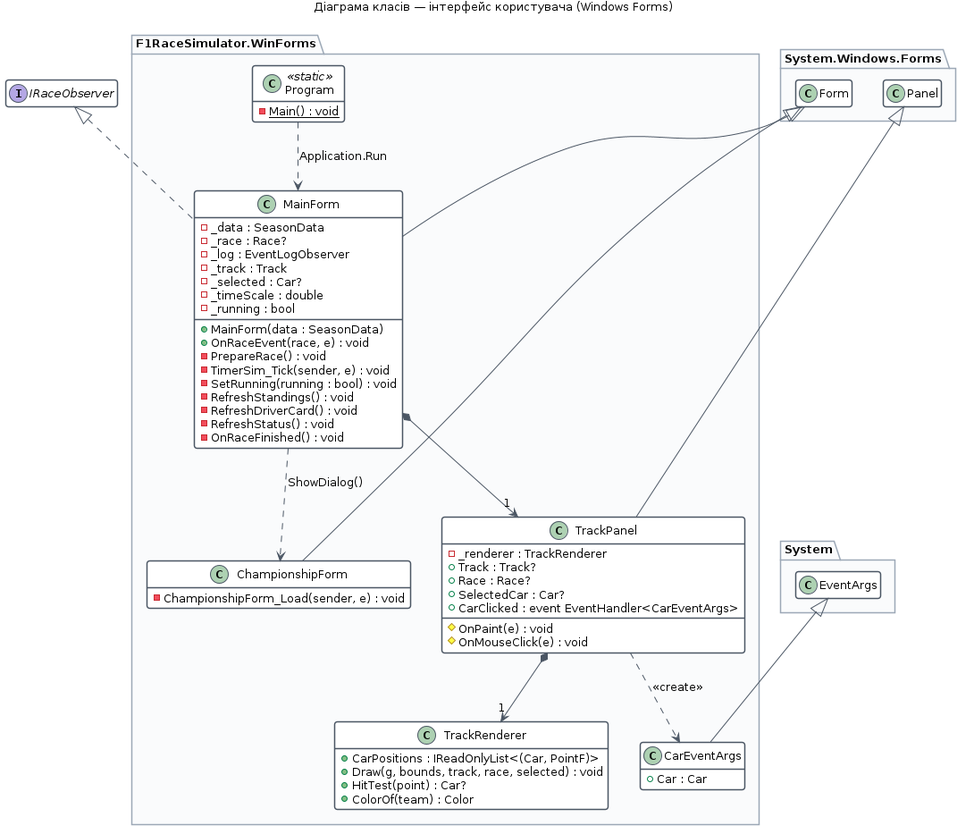
Above: docs/uml/05-class-ui.png in makson221/F1RaceSimulator (PlantUML), before the change. Its source is kept beside it as docs/uml/05-class-ui.puml.
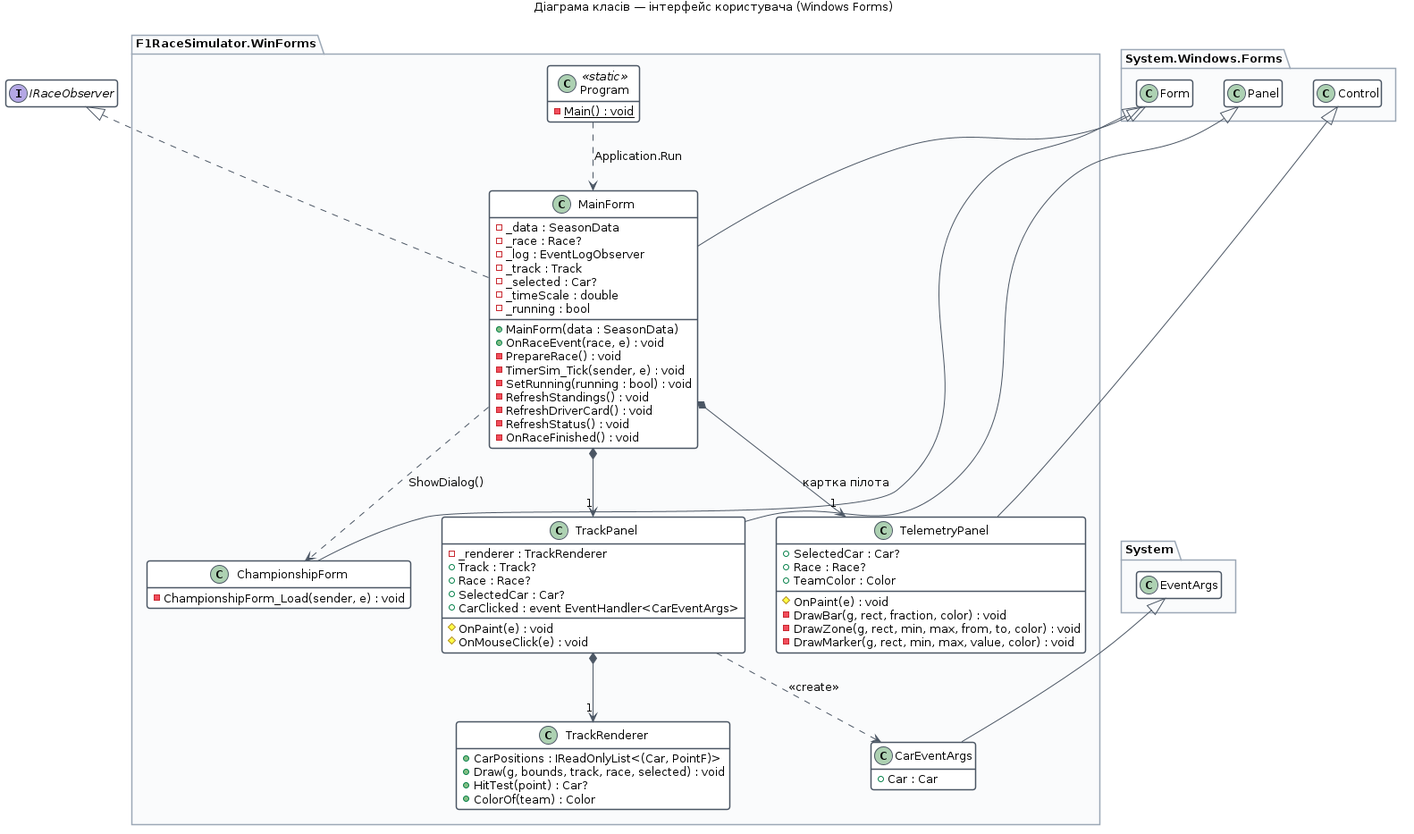
The same diagram one commit later.

The edit, as a diff of the source:
```diff
@@ -5,6 +5,7 @@
 package "System.Windows.Forms" {
   class Form
   class Panel
+  class Control
 }
 
 package "System" {
@@ -48,6 +49,15 @@
     +HitTest(point) : Car?
     +ColorOf(team) : Color
   }
+  class TelemetryPanel {
+    +SelectedCar : Car?
+    +Race : Race?
+    +TeamColor : Color
+    #OnPaint(e) : void
+    -DrawBar(g, rect, fraction, color) : void
+    -DrawZone(g, rect, min, max, from, to, color) : void
+    -DrawMarker(g, rect, min, max, value, color) : void
+  }
   class CarEventArgs {
     +Car : Car
   }
@@ -61,9 +71,11 @@
 Form <|-- MainForm
 Form <|-- ChampionshipForm
 Panel <|-- TrackPanel
+Control <|-- TelemetryPanel
 EventArgs <|-- CarEventArgs
 IRaceObserver <|.. MainForm
 MainForm *--> "1" TrackPanel
+MainForm *--> "1" TelemetryPanel : картка пілота
 TrackPanel *--> "1" TrackRenderer
 TrackPanel ..> CarEventArgs : <<create>>
 MainForm ..> ChampionshipForm : ShowDialog()
```
